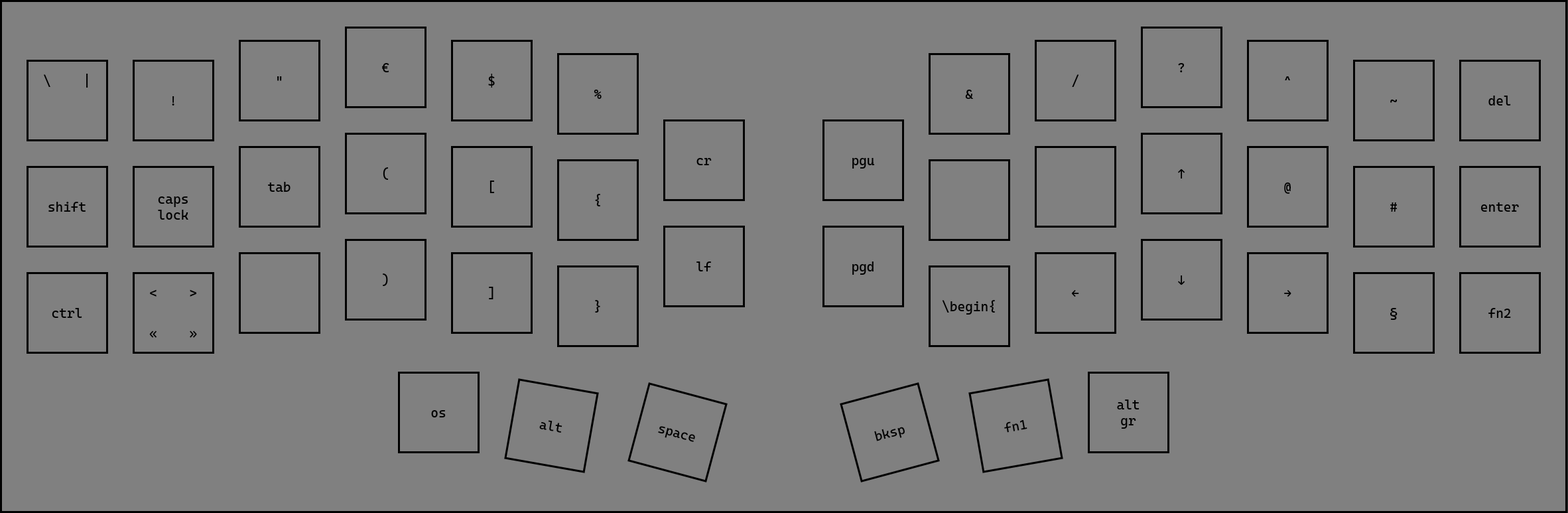
Before: imgs/layer1.png, a diagram exported from draw.io (dellarosciagiorgio/crkbd). Source tidied: cells renumbered, new cells last; positions are measured from the earlier drawing's top-left corner, leaving out a move shared by most shapes.
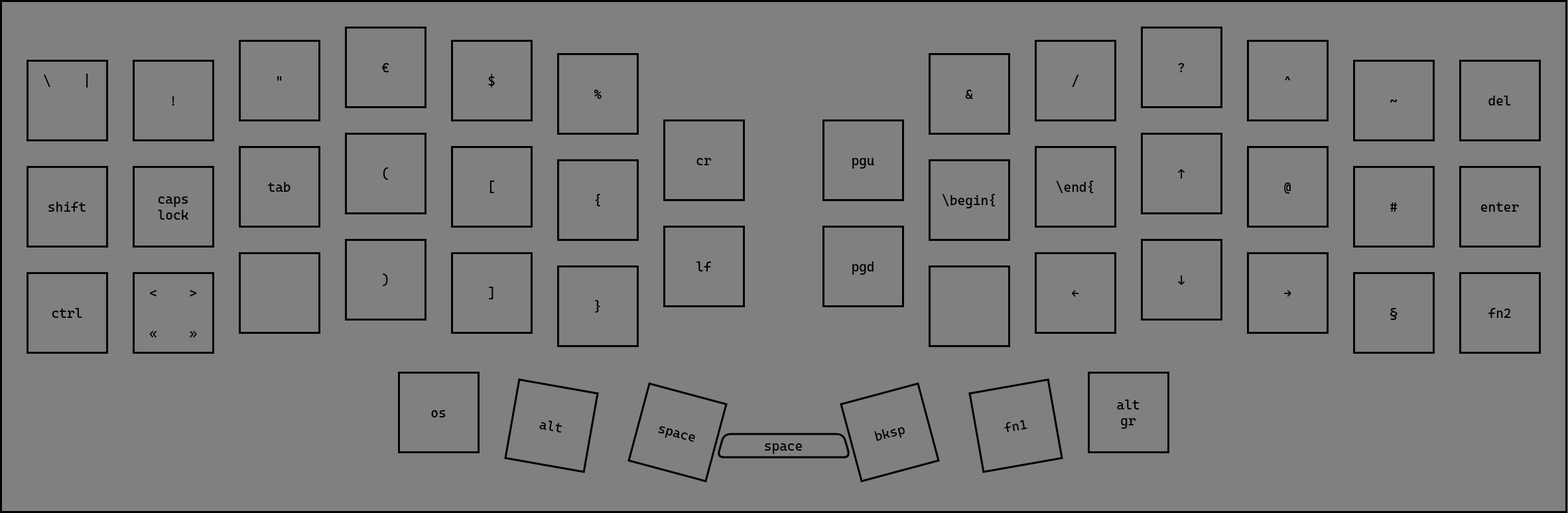
Later version of the same file.

Diff of the diagram source:
```diff
@@ -1,4 +1,4 @@
-<mxGraphModel background="#333333">
+<mxGraphModel background="#808080">
   <root>
     <mxCell id="0" />
     <mxCell id="1" parent="0" />
@@ -279,10 +279,19 @@
       <mxGeometry x="2070" y="440" width="60" height="60" as="geometry" />
     </mxCell>
     <mxCell id="94" value="&lt;font style=&quot;font-size: 20px; color: rgb(0, 0, 0);&quot;&gt;\begin{&lt;/font&gt;" style="text;html=1;strokeColor=none;fillColor=none;align=center;verticalAlign=middle;whiteSpace=wrap;rounded=0;strokeWidth=1;fontFamily=Cascadia Code;fontColor=default;" parent="1" vertex="1">
-      <mxGeometry x="1430" y="430" width="60" height="60" as="geometry" />
+      <mxGeometry x="1430" y="270" width="60" height="60" as="geometry" />
     </mxCell>
     <mxCell id="95" value="&lt;font style=&quot;font-size: 20px; color: rgb(0, 0, 0);&quot;&gt;caps lock&lt;/font&gt;" style="text;html=1;strokeColor=none;fillColor=none;align=center;verticalAlign=middle;whiteSpace=wrap;rounded=0;strokeWidth=1;fontFamily=Cascadia Code;fontColor=default;" parent="1" vertex="1">
       <mxGeometry x="230" y="280" width="60" height="60" as="geometry" />
     </mxCell>
+    <mxCell id="96" value="&lt;font style=&quot;font-size: 20px; color: rgb(0, 0, 0);&quot;&gt;\end{&lt;/font&gt;" style="text;html=1;strokeColor=none;fillColor=none;align=center;verticalAlign=middle;whiteSpace=wrap;rounded=0;strokeWidth=1;fontFamily=Cascadia Code;fontColor=default;" parent="1" vertex="1">
+      <mxGeometry x="1590" y="250" width="60" height="60" as="geometry" />
+    </mxCell>
+    <mxCell id="97" value="&lt;font style=&quot;font-size: 20px; color: rgb(0, 0, 0);&quot;&gt;space&lt;/font&gt;" style="text;html=1;strokeColor=none;fillColor=none;align=center;verticalAlign=middle;whiteSpace=wrap;rounded=0;strokeWidth=1;fontFamily=Cascadia Code;fontColor=default;rotation=0;" parent="1" vertex="1">
+      <mxGeometry x="1150" y="640" width="60" height="60" as="geometry" />
+    </mxCell>
+    <mxCell id="98" style="shape=trapezoid;perimeter=trapezoidPerimeter;whiteSpace=wrap;html=1;fixedSize=1;size=10;rounded=1;fillColor=none;strokeWidth=3;" parent="1" vertex="1">
+      <mxGeometry x="1080" y="652.5" width="200" height="35" as="geometry" />
+    </mxCell>
   </root>
 </mxGraphModel>
```
